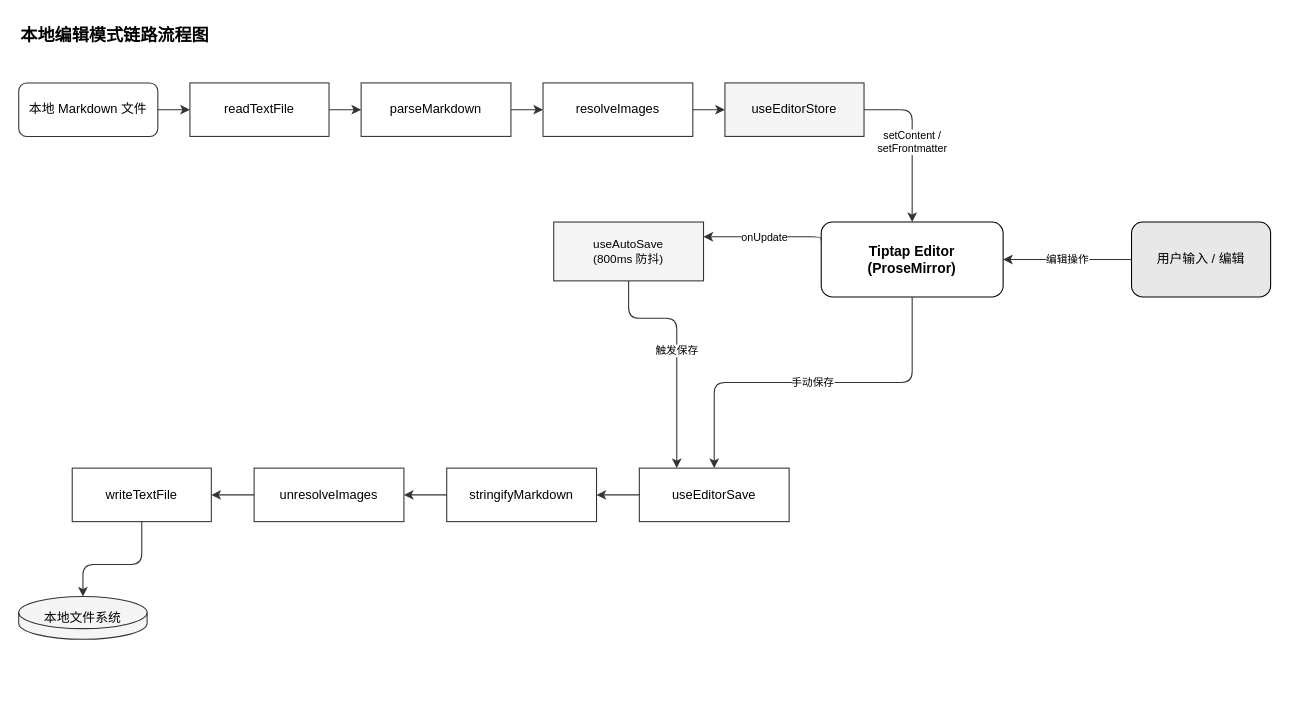
Earlier version of the draw.io diagram docs/diagrams/local-editor-flow.drawio (zhoumowan/zmark). Source tidied: cells renumbered, new cells numbered last; positions are measured from the earlier drawing's top-left corner, leaving out a move shared by most shapes. Both pictures are drawn from the tidied source at 107%, with x=0, y=0 at pixel (18, 18).
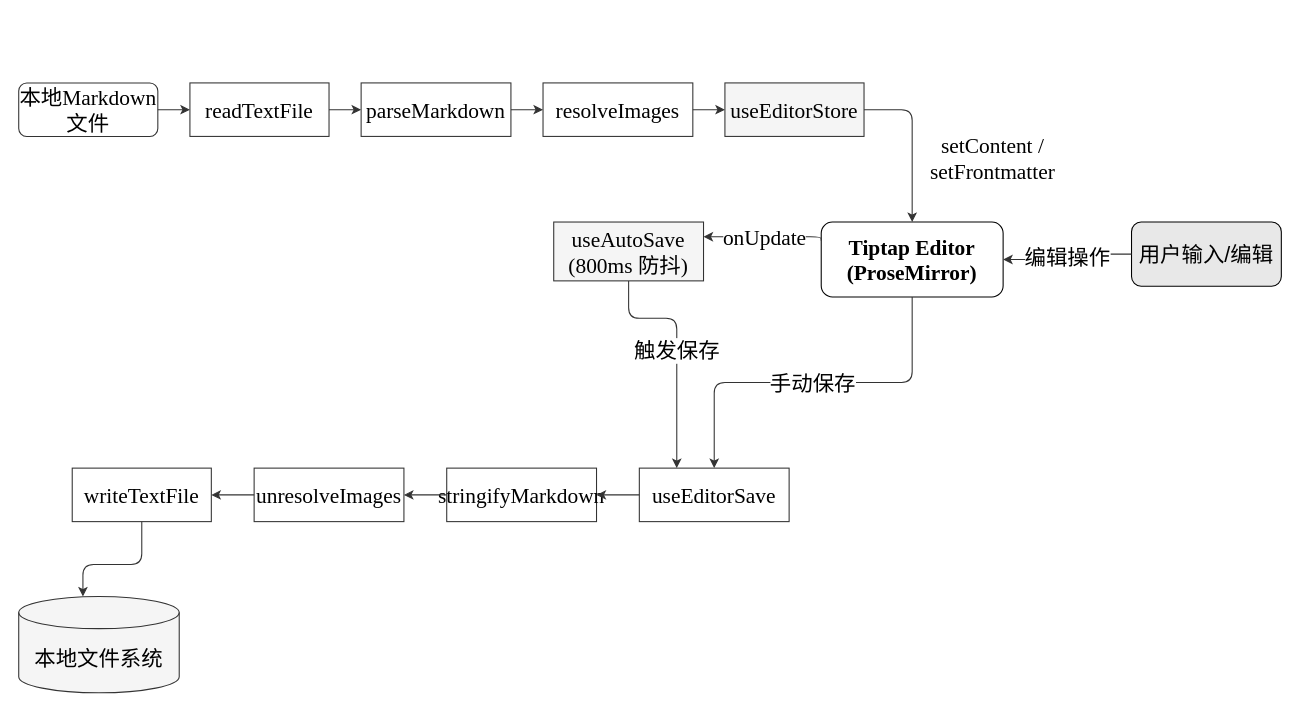
The same diagram, later.

Diff of the diagram source:
```diff
@@
-    <mxCell id="2" value="本地编辑模式链路流程图" style="text;html=1;strokeColor=none;fillColor=none;align=left;verticalAlign=middle;whiteSpace=wrap;rounded=0;fontSize=16;fontStyle=1;fontColor=#000000;" parent="1" vertex="1">
-      <mxGeometry width="320" height="30" as="geometry" />
-    </mxCell>
-    <mxCell id="3" value="本地 Markdown 文件" style="rounded=1;whiteSpace=wrap;html=1;fillColor=#ffffff;strokeColor=#333333;fontColor=#000000;fontSize=12;" parent="1" vertex="1">
+    <mxCell id="3" value="&lt;font face=&quot;宋体&quot;&gt;本地&lt;/font&gt;Markdown&lt;font face=&quot;宋体&quot;&gt;文件&lt;/font&gt;" style="rounded=1;whiteSpace=wrap;html=1;fillColor=#ffffff;strokeColor=#333333;fontColor=#000000;fontSize=20;fontFamily=Times New Roman;" parent="1" vertex="1">
       <mxGeometry y="60" width="130" height="50" as="geometry" />
     </mxCell>
-    <mxCell id="4" value="readTextFile" style="rounded=0;whiteSpace=wrap;html=1;fillColor=#ffffff;strokeColor=#333333;fontColor=#000000;fontSize=12;" parent="1" vertex="1">
+    <mxCell id="4" value="readTextFile" style="rounded=0;whiteSpace=wrap;html=1;fillColor=#ffffff;strokeColor=#333333;fontColor=#000000;fontSize=20;fontFamily=Times New Roman;" parent="1" vertex="1">
       <mxGeometry x="160" y="60" width="130" height="50" as="geometry" />
     </mxCell>
-    <mxCell id="5" value="parseMarkdown" style="rounded=0;whiteSpace=wrap;html=1;fillColor=#ffffff;strokeColor=#333333;fontColor=#000000;fontSize=12;" parent="1" vertex="1">
+    <mxCell id="5" value="parseMarkdown" style="rounded=0;whiteSpace=wrap;html=1;fillColor=#ffffff;strokeColor=#333333;fontColor=#000000;fontSize=20;fontFamily=Times New Roman;" parent="1" vertex="1">
       <mxGeometry x="320" y="60" width="140" height="50" as="geometry" />
     </mxCell>
-    <mxCell id="6" value="resolveImages" style="rounded=0;whiteSpace=wrap;html=1;fillColor=#ffffff;strokeColor=#333333;fontColor=#000000;fontSize=12;" parent="1" vertex="1">
+    <mxCell id="6" value="resolveImages" style="rounded=0;whiteSpace=wrap;html=1;fillColor=#ffffff;strokeColor=#333333;fontColor=#000000;fontSize=20;fontFamily=Times New Roman;" parent="1" vertex="1">
       <mxGeometry x="490" y="60" width="140" height="50" as="geometry" />
     </mxCell>
-    <mxCell id="7" value="useEditorStore" style="rounded=0;whiteSpace=wrap;html=1;fillColor=#f5f5f5;strokeColor=#333333;fontColor=#000000;fontSize=12;" parent="1" vertex="1">
+    <mxCell id="7" value="useEditorStore" style="rounded=0;whiteSpace=wrap;html=1;fillColor=#f5f5f5;strokeColor=#333333;fontColor=#000000;fontSize=20;fontFamily=Times New Roman;" parent="1" vertex="1">
       <mxGeometry x="660" y="60" width="130" height="50" as="geometry" />
     </mxCell>
-    <mxCell id="8" value="Tiptap Editor&#10;(ProseMirror)" style="rounded=1;whiteSpace=wrap;html=1;fillColor=#ffffff;strokeColor=#000000;fontColor=#000000;fontSize=13;fontStyle=1;" parent="1" vertex="1">
+    <mxCell id="8" value="Tiptap Editor&#10;(ProseMirror)" style="rounded=1;whiteSpace=wrap;html=1;fillColor=#ffffff;strokeColor=#000000;fontColor=#000000;fontSize=20;fontStyle=1;fontFamily=Times New Roman;" parent="1" vertex="1">
       <mxGeometry x="750" y="190" width="170" height="70" as="geometry" />
     </mxCell>
-    <mxCell id="9" value="用户输入 / 编辑" style="rounded=1;whiteSpace=wrap;html=1;fillColor=#e8e8e8;strokeColor=#000000;fontColor=#000000;fontSize=12;" parent="1" vertex="1">
-      <mxGeometry x="1040" y="190" width="130" height="70" as="geometry" />
+    <mxCell id="9" value="&lt;font face=&quot;宋体&quot;&gt;用户输入/编辑&lt;/font&gt;" style="rounded=1;whiteSpace=wrap;html=1;fillColor=#e8e8e8;strokeColor=#000000;fontColor=#000000;fontSize=20;fontFamily=Times New Roman;" parent="1" vertex="1">
+      <mxGeometry x="1040" y="190" width="140" height="60" as="geometry" />
     </mxCell>
-    <mxCell id="10" value="useAutoSave&#10;(800ms 防抖)" style="rounded=0;whiteSpace=wrap;html=1;fillColor=#f5f5f5;strokeColor=#333333;fontColor=#000000;fontSize=11;" parent="1" vertex="1">
+    <mxCell id="10" value="useAutoSave&lt;br&gt;(800ms &lt;font face=&quot;宋体&quot;&gt;防抖&lt;/font&gt;)" style="rounded=0;whiteSpace=wrap;html=1;fillColor=#f5f5f5;strokeColor=#333333;fontColor=#000000;fontSize=20;fontFamily=Times New Roman;" parent="1" vertex="1">
       <mxGeometry x="500" y="190" width="140" height="55" as="geometry" />
     </mxCell>
-    <mxCell id="11" value="useEditorSave" style="rounded=0;whiteSpace=wrap;html=1;fillColor=#ffffff;strokeColor=#333333;fontColor=#000000;fontSize=12;" parent="1" vertex="1">
+    <mxCell id="11" value="useEditorSave" style="rounded=0;whiteSpace=wrap;html=1;fillColor=#ffffff;strokeColor=#333333;fontColor=#000000;fontSize=20;fontFamily=Times New Roman;" parent="1" vertex="1">
       <mxGeometry x="580" y="420" width="140" height="50" as="geometry" />
     </mxCell>
-    <mxCell id="12" value="stringifyMarkdown" style="rounded=0;whiteSpace=wrap;html=1;fillColor=#ffffff;strokeColor=#333333;fontColor=#000000;fontSize=12;" parent="1" vertex="1">
+    <mxCell id="12" value="stringifyMarkdown" style="rounded=0;whiteSpace=wrap;html=1;fillColor=#ffffff;strokeColor=#333333;fontColor=#000000;fontSize=20;fontFamily=Times New Roman;" parent="1" vertex="1">
       <mxGeometry x="400" y="420" width="140" height="50" as="geometry" />
     </mxCell>
-    <mxCell id="13" value="unresolveImages" style="rounded=0;whiteSpace=wrap;html=1;fillColor=#ffffff;strokeColor=#333333;fontColor=#000000;fontSize=12;" parent="1" vertex="1">
+    <mxCell id="13" value="unresolveImages" style="rounded=0;whiteSpace=wrap;html=1;fillColor=#ffffff;strokeColor=#333333;fontColor=#000000;fontSize=20;fontFamily=Times New Roman;" parent="1" vertex="1">
       <mxGeometry x="220" y="420" width="140" height="50" as="geometry" />
     </mxCell>
-    <mxCell id="14" value="writeTextFile" style="rounded=0;whiteSpace=wrap;html=1;fillColor=#ffffff;strokeColor=#333333;fontColor=#000000;fontSize=12;" parent="1" vertex="1">
+    <mxCell id="14" value="writeTextFile" style="rounded=0;whiteSpace=wrap;html=1;fillColor=#ffffff;strokeColor=#333333;fontColor=#000000;fontSize=20;fontFamily=Times New Roman;" parent="1" vertex="1">
       <mxGeometry x="50" y="420" width="130" height="50" as="geometry" />
     </mxCell>
-    <mxCell id="15" value="本地文件系统" style="shape=cylinder3;whiteSpace=wrap;html=1;fillColor=#f5f5f5;strokeColor=#333333;fontColor=#000000;fontSize=12;" parent="1" vertex="1">
-      <mxGeometry y="540" width="120" height="40" as="geometry" />
+    <mxCell id="15" value="&lt;div&gt;&lt;font face=&quot;宋体&quot;&gt;&lt;br&gt;&lt;/font&gt;&lt;/div&gt;&lt;font face=&quot;宋体&quot;&gt;本地文件系统&lt;/font&gt;" style="shape=cylinder3;whiteSpace=wrap;html=1;fillColor=#f5f5f5;strokeColor=#333333;fontColor=#000000;fontSize=20;fontFamily=Times New Roman;" parent="1" vertex="1">
+      <mxGeometry y="540" width="150" height="90" as="geometry" />
     </mxCell>
-    <mxCell id="16" style="edgeStyle=orthogonalEdgeStyle;rounded=1;jettySize=auto;html=1;strokeColor=#333333;" parent="1" edge="1" source="3" target="4">
+    <mxCell id="16" style="edgeStyle=orthogonalEdgeStyle;rounded=1;jettySize=auto;html=1;strokeColor=#333333;fontSize=20;fontFamily=Times New Roman;" parent="1" edge="1" source="3" target="4">
       <mxGeometry relative="1" as="geometry" />
     </mxCell>
-    <mxCell id="17" style="edgeStyle=orthogonalEdgeStyle;rounded=1;jettySize=auto;html=1;strokeColor=#333333;" parent="1" edge="1" source="4" target="5">
+    <mxCell id="17" style="edgeStyle=orthogonalEdgeStyle;rounded=1;jettySize=auto;html=1;strokeColor=#333333;fontSize=20;fontFamily=Times New Roman;" parent="1" edge="1" source="4" target="5">
       <mxGeometry relative="1" as="geometry" />
     </mxCell>
-    <mxCell id="18" style="edgeStyle=orthogonalEdgeStyle;rounded=1;jettySize=auto;html=1;strokeColor=#333333;" parent="1" edge="1" source="5" target="6">
+    <mxCell id="18" style="edgeStyle=orthogonalEdgeStyle;rounded=1;jettySize=auto;html=1;strokeColor=#333333;fontSize=20;fontFamily=Times New Roman;" parent="1" edge="1" source="5" target="6">
       <mxGeometry relative="1" as="geometry" />
     </mxCell>
-    <mxCell id="19" style="edgeStyle=orthogonalEdgeStyle;rounded=1;jettySize=auto;html=1;strokeColor=#333333;" parent="1" edge="1" source="6" target="7">
+    <mxCell id="19" style="edgeStyle=orthogonalEdgeStyle;rounded=1;jettySize=auto;html=1;strokeColor=#333333;fontSize=20;fontFamily=Times New Roman;" parent="1" edge="1" source="6" target="7">
       <mxGeometry relative="1" as="geometry" />
     </mxCell>
-    <mxCell id="20" value="setContent /&#10;setFrontmatter" style="edgeStyle=orthogonalEdgeStyle;rounded=1;jettySize=auto;html=1;strokeColor=#333333;fontSize=10;exitX=1;exitY=0.5;exitDx=0;exitDy=0;entryX=0.5;entryY=0;entryDx=0;entryDy=0;" parent="1" edge="1" source="7" target="8">
-      <mxGeometry relative="1" as="geometry">
+    <mxCell id="20" value="setContent /&#10;setFrontmatter" style="edgeStyle=orthogonalEdgeStyle;rounded=1;jettySize=auto;html=1;strokeColor=#333333;fontSize=20;exitX=1;exitY=0.5;exitDx=0;exitDy=0;entryX=0.5;entryY=0;entryDx=0;entryDy=0;fontFamily=Times New Roman;" parent="1" edge="1" source="7" target="8">
+      <mxGeometry x="0.2" y="75" relative="1" as="geometry">
         <Array as="points">
           <mxPoint x="835" y="85" />
         </Array>
       </mxGeometry>
     </mxCell>
-    <mxCell id="21" value="编辑操作" style="edgeStyle=orthogonalEdgeStyle;rounded=1;jettySize=auto;html=1;strokeColor=#333333;fontSize=10;exitX=0;exitY=0.5;exitDx=0;exitDy=0;entryX=1;entryY=0.5;entryDx=0;entryDy=0;" parent="1" edge="1" source="9" target="8">
+    <mxCell id="21" value="&lt;font face=&quot;宋体&quot;&gt;编辑操作&lt;/font&gt;" style="edgeStyle=orthogonalEdgeStyle;rounded=1;jettySize=auto;html=1;strokeColor=#333333;fontSize=20;exitX=0;exitY=0.5;exitDx=0;exitDy=0;entryX=1;entryY=0.5;entryDx=0;entryDy=0;fontFamily=Times New Roman;" parent="1" edge="1" source="9" target="8">
       <mxGeometry relative="1" as="geometry" />
     </mxCell>
-    <mxCell id="22" value="onUpdate" style="edgeStyle=orthogonalEdgeStyle;rounded=1;jettySize=auto;html=1;strokeColor=#333333;fontSize=10;exitX=0;exitY=0.25;exitDx=0;exitDy=0;entryX=1;entryY=0.25;entryDx=0;entryDy=0;" parent="1" edge="1" source="8" target="10">
+    <mxCell id="22" value="onUpdate" style="edgeStyle=orthogonalEdgeStyle;rounded=1;jettySize=auto;html=1;strokeColor=#333333;fontSize=20;exitX=0;exitY=0.25;exitDx=0;exitDy=0;entryX=1;entryY=0.25;entryDx=0;entryDy=0;fontFamily=Times New Roman;" parent="1" edge="1" source="8" target="10">
       <mxGeometry relative="1" as="geometry">
         <Array as="points">
           <mxPoint x="750" y="204" />
         </Array>
       </mxGeometry>
     </mxCell>
-    <mxCell id="23" value="触发保存" style="edgeStyle=orthogonalEdgeStyle;rounded=1;jettySize=auto;html=1;strokeColor=#333333;fontSize=10;exitX=0.5;exitY=1;exitDx=0;exitDy=0;entryX=0.25;entryY=0;entryDx=0;entryDy=0;" parent="1" edge="1" source="10" target="11">
+    <mxCell id="23" value="&lt;font face=&quot;宋体&quot;&gt;触发保存&lt;/font&gt;" style="edgeStyle=orthogonalEdgeStyle;rounded=1;jettySize=auto;html=1;strokeColor=#333333;fontSize=20;exitX=0.5;exitY=1;exitDx=0;exitDy=0;entryX=0.25;entryY=0;entryDx=0;entryDy=0;fontFamily=Times New Roman;" parent="1" edge="1" source="10" target="11">
       <mxGeometry relative="1" as="geometry">
         <Array as="points">
           <mxPoint x="570" y="280" />
           <mxPoint x="615" y="280" />
         </Array>
       </mxGeometry>
     </mxCell>
-    <mxCell id="24" value="手动保存" style="edgeStyle=orthogonalEdgeStyle;rounded=1;jettySize=auto;html=1;strokeColor=#333333;fontSize=10;exitX=0.5;exitY=1;exitDx=0;exitDy=0;entryX=0.5;entryY=0;entryDx=0;entryDy=0;" parent="1" edge="1" source="8" target="11">
+    <mxCell id="24" value="&lt;font face=&quot;宋体&quot;&gt;手动保存&lt;/font&gt;" style="edgeStyle=orthogonalEdgeStyle;rounded=1;jettySize=auto;html=1;strokeColor=#333333;fontSize=20;exitX=0.5;exitY=1;exitDx=0;exitDy=0;entryX=0.5;entryY=0;entryDx=0;entryDy=0;fontFamily=Times New Roman;" parent="1" edge="1" source="8" target="11">
       <mxGeometry relative="1" as="geometry">
         <Array as="points">
           <mxPoint x="835" y="340" />
           <mxPoint x="650" y="340" />
         </Array>
       </mxGeometry>
     </mxCell>
-    <mxCell id="25" style="edgeStyle=orthogonalEdgeStyle;rounded=1;jettySize=auto;html=1;strokeColor=#333333;" parent="1" edge="1" source="11" target="12">
+    <mxCell id="25" style="edgeStyle=orthogonalEdgeStyle;rounded=1;jettySize=auto;html=1;strokeColor=#333333;fontSize=20;fontFamily=Times New Roman;" parent="1" edge="1" source="11" target="12">
       <mxGeometry relative="1" as="geometry" />
     </mxCell>
-    <mxCell id="26" style="edgeStyle=orthogonalEdgeStyle;rounded=1;jettySize=auto;html=1;strokeColor=#333333;" parent="1" edge="1" source="12" target="13">
+    <mxCell id="26" style="edgeStyle=orthogonalEdgeStyle;rounded=1;jettySize=auto;html=1;strokeColor=#333333;fontSize=20;fontFamily=Times New Roman;" parent="1" edge="1" source="12" target="13">
       <mxGeometry relative="1" as="geometry" />
     </mxCell>
-    <mxCell id="27" style="edgeStyle=orthogonalEdgeStyle;rounded=1;jettySize=auto;html=1;strokeColor=#333333;" parent="1" edge="1" source="13" target="14">
+    <mxCell id="27" style="edgeStyle=orthogonalEdgeStyle;rounded=1;jettySize=auto;html=1;strokeColor=#333333;fontSize=20;fontFamily=Times New Roman;" parent="1" edge="1" source="13" target="14">
       <mxGeometry relative="1" as="geometry" />
     </mxCell>
-    <mxCell id="28" style="edgeStyle=orthogonalEdgeStyle;rounded=1;jettySize=auto;html=1;strokeColor=#333333;" parent="1" edge="1" source="14" target="15">
+    <mxCell id="28" style="edgeStyle=orthogonalEdgeStyle;rounded=1;jettySize=auto;html=1;strokeColor=#333333;fontSize=20;fontFamily=Times New Roman;" parent="1" edge="1" source="14" target="15">
       <mxGeometry relative="1" as="geometry">
         <Array as="points">
           <mxPoint x="115" y="510" />
           <mxPoint x="60" y="510" />
         </Array>
       </mxGeometry>
     </mxCell>
```
